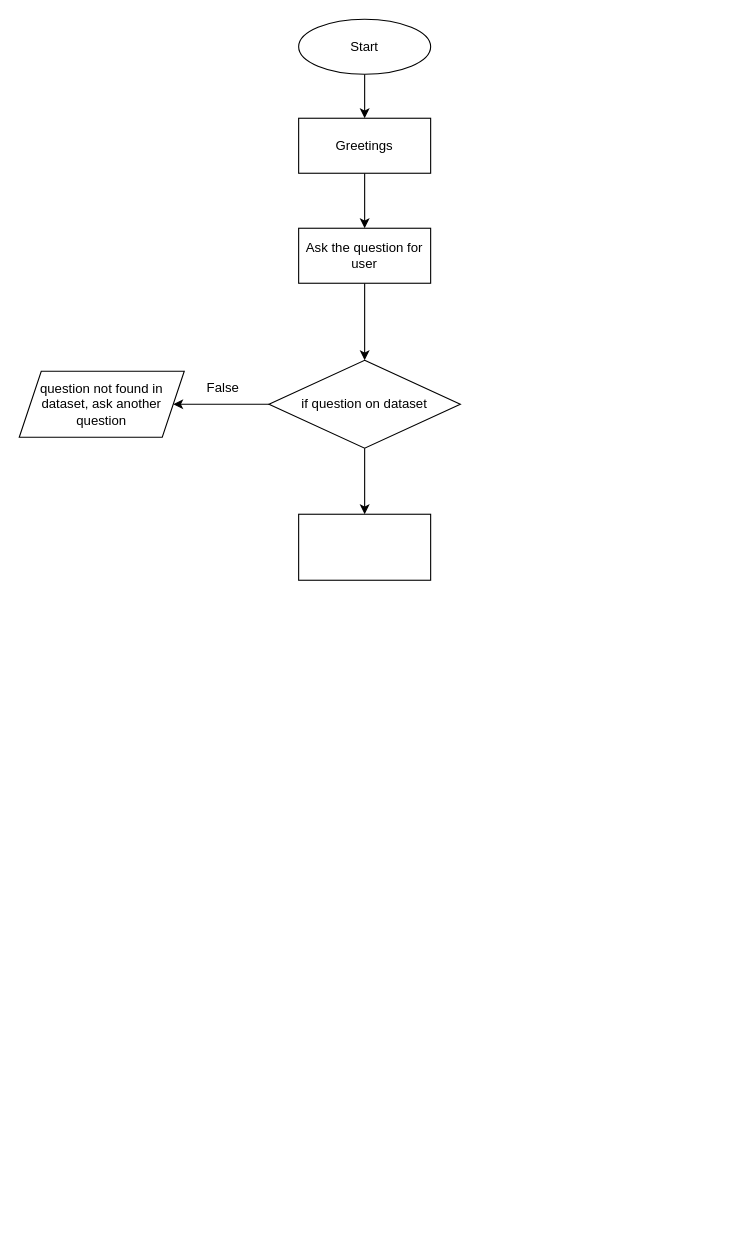
Above: Diagram Tanpa Judul.drawio in alipbudiman/asset (draw.io), before the change. Source tidied: cells renumbered, new cells numbered last; positions are measured from the earlier drawing's top-left corner, leaving out a move shared by most shapes. Both pictures are drawn from the tidied source at 110%, with x=0, y=0 at pixel (19, 19).
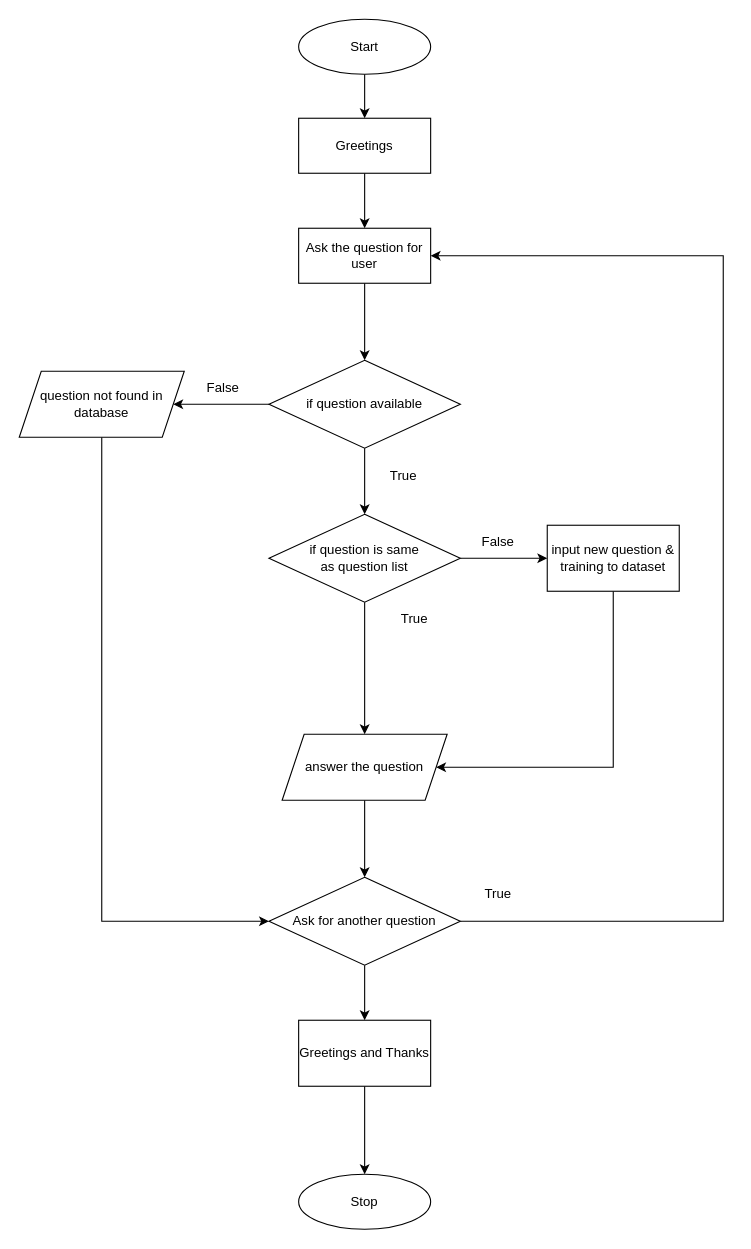
The same diagram, later.

Commit message:
Dialogue Flow Chatbot.drawio

Unchanged cells that the change refers to:
```xml
<mxCell id="7" value="Ask the question for user" style="rounded=0;whiteSpace=wrap;html=1;" parent="1" vertex="1">
  <mxGeometry x="254" y="190" width="120" height="50" as="geometry" />
</mxCell>
```

What changed in the source:
```diff
@@
-    <mxCell id="8" value="if question on dataset" style="rhombus;whiteSpace=wrap;html=1;" parent="1" vertex="1">
+    <mxCell id="8" value="if question available" style="rhombus;whiteSpace=wrap;html=1;" parent="1" vertex="1">
       <mxGeometry x="227" y="310" width="174" height="80" as="geometry" />
     </mxCell>
@@
+    <mxCell id="14" style="edgeStyle=orthogonalEdgeStyle;rounded=0;jettySize=auto;html=1;exitX=0.5;exitY=1;exitDx=0;exitDy=0;entryX=0;entryY=0.5;entryDx=0;entryDy=0;" parent="1" edge="1" source="10" target="27">
+      <mxGeometry relative="1" as="geometry" />
+    </mxCell>
-    <mxCell id="10" value="question not found in dataset, ask another question" style="shape=parallelogram;perimeter=parallelogramPerimeter;whiteSpace=wrap;html=1;fixedSize=1;" parent="1" vertex="1">
+    <mxCell id="10" value="question not found in database" style="shape=parallelogram;perimeter=parallelogramPerimeter;whiteSpace=wrap;html=1;fixedSize=1;" parent="1" vertex="1">
       <mxGeometry y="320" width="150" height="60" as="geometry" />
     </mxCell>
-    <mxCell id="11" style="rounded=0;whiteSpace=wrap;html=1;" parent="1" vertex="1">
-      <mxGeometry x="254" y="450" width="120" height="60" as="geometry" />
-    </mxCell>
@@
-    <mxCell id="13" style="endArrow=classic;html=1;rounded=0;exitX=0.5;exitY=1;exitDx=0;exitDy=0;entryX=0.5;entryY=0;entryDx=0;entryDy=0;" parent="1" edge="1" source="8" target="11">
-      <mxGeometry relative="1" as="geometry" />
+    <mxCell id="13" style="endArrow=classic;html=1;rounded=0;exitX=0.5;exitY=1;exitDx=0;exitDy=0;entryX=0.5;entryY=0;entryDx=0;entryDy=0;" parent="1" edge="1" source="8">
+      <mxGeometry relative="1" as="geometry">
+        <mxPoint x="314" y="450" as="targetPoint" />
+      </mxGeometry>
     </mxCell>
+    <mxCell id="15" style="edgeStyle=orthogonalEdgeStyle;rounded=0;jettySize=auto;html=1;" parent="1" edge="1" source="16" target="27">
+      <mxGeometry relative="1" as="geometry" />
+    </mxCell>
+    <mxCell id="16" value="answer the question" style="shape=parallelogram;perimeter=parallelogramPerimeter;whiteSpace=wrap;html=1;fixedSize=1;" parent="1" vertex="1">
+      <mxGeometry x="239" y="650" width="150" height="60" as="geometry" />
+    </mxCell>
+    <mxCell id="17" style="edgeStyle=orthogonalEdgeStyle;rounded=0;jettySize=auto;html=1;" parent="1" edge="1" source="19" target="16">
+      <mxGeometry relative="1" as="geometry" />
+    </mxCell>
+    <mxCell id="18" style="edgeStyle=orthogonalEdgeStyle;rounded=0;jettySize=auto;html=1;" parent="1" edge="1" source="19" target="21">
+      <mxGeometry relative="1" as="geometry" />
+    </mxCell>
+    <mxCell id="19" value="if question is same&lt;br&gt;as question list" style="rhombus;whiteSpace=wrap;html=1;" parent="1" vertex="1">
+      <mxGeometry x="227" y="450" width="174" height="80" as="geometry" />
+    </mxCell>
+    <mxCell id="20" style="edgeStyle=orthogonalEdgeStyle;rounded=0;jettySize=auto;html=1;entryX=1;entryY=0.5;entryDx=0;entryDy=0;" parent="1" edge="1" source="21" target="16">
+      <mxGeometry relative="1" as="geometry">
+        <Array as="points">
+          <mxPoint x="540" y="680" />
+        </Array>
+      </mxGeometry>
+    </mxCell>
+    <mxCell id="21" value="input new question &amp;amp; training to dataset" style="whiteSpace=wrap;html=1;" parent="1" vertex="1">
+      <mxGeometry x="480" y="460" width="120" height="60" as="geometry" />
+    </mxCell>
+    <mxCell id="22" value="True" style="text;html=1;align=center;verticalAlign=middle;strokeColor=none;fillColor=none;" parent="1" vertex="1">
+      <mxGeometry x="324" y="400" width="50" height="30" as="geometry" />
+    </mxCell>
+    <mxCell id="23" value="False" style="text;html=1;align=center;verticalAlign=middle;strokeColor=none;fillColor=none;" parent="1" vertex="1">
+      <mxGeometry x="410" y="460" width="50" height="30" as="geometry" />
+    </mxCell>
+    <mxCell id="24" value="True" style="text;html=1;align=center;verticalAlign=middle;strokeColor=none;fillColor=none;" parent="1" vertex="1">
+      <mxGeometry x="334" y="530" width="50" height="30" as="geometry" />
+    </mxCell>
+    <mxCell id="25" style="edgeStyle=orthogonalEdgeStyle;rounded=0;jettySize=auto;html=1;exitX=1;exitY=0.5;exitDx=0;exitDy=0;entryX=1;entryY=0.5;entryDx=0;entryDy=0;" parent="1" edge="1" source="27" target="7">
+      <mxGeometry relative="1" as="geometry">
+        <Array as="points">
+          <mxPoint x="640" y="820" />
+          <mxPoint x="640" y="215" />
+        </Array>
+      </mxGeometry>
+    </mxCell>
+    <mxCell id="26" style="edgeStyle=orthogonalEdgeStyle;rounded=0;jettySize=auto;html=1;" parent="1" edge="1" source="27" target="30">
+      <mxGeometry relative="1" as="geometry" />
+    </mxCell>
+    <mxCell id="27" value="Ask for another question" style="rhombus;whiteSpace=wrap;html=1;" parent="1" vertex="1">
+      <mxGeometry x="227" y="780" width="174" height="80" as="geometry" />
+    </mxCell>
+    <mxCell id="28" value="True" style="text;html=1;align=center;verticalAlign=middle;strokeColor=none;fillColor=none;" parent="1" vertex="1">
+      <mxGeometry x="410" y="780" width="50" height="30" as="geometry" />
+    </mxCell>
+    <mxCell id="29" style="edgeStyle=orthogonalEdgeStyle;rounded=0;jettySize=auto;html=1;" parent="1" edge="1" source="30" target="31">
+      <mxGeometry relative="1" as="geometry" />
+    </mxCell>
+    <mxCell id="30" value="Greetings and Thanks" style="whiteSpace=wrap;html=1;" parent="1" vertex="1">
+      <mxGeometry x="254" y="910" width="120" height="60" as="geometry" />
+    </mxCell>
+    <mxCell id="31" value="Stop" style="ellipse;whiteSpace=wrap;html=1;" parent="1" vertex="1">
+      <mxGeometry x="254" y="1050" width="120" height="50" as="geometry" />
+    </mxCell>
```
